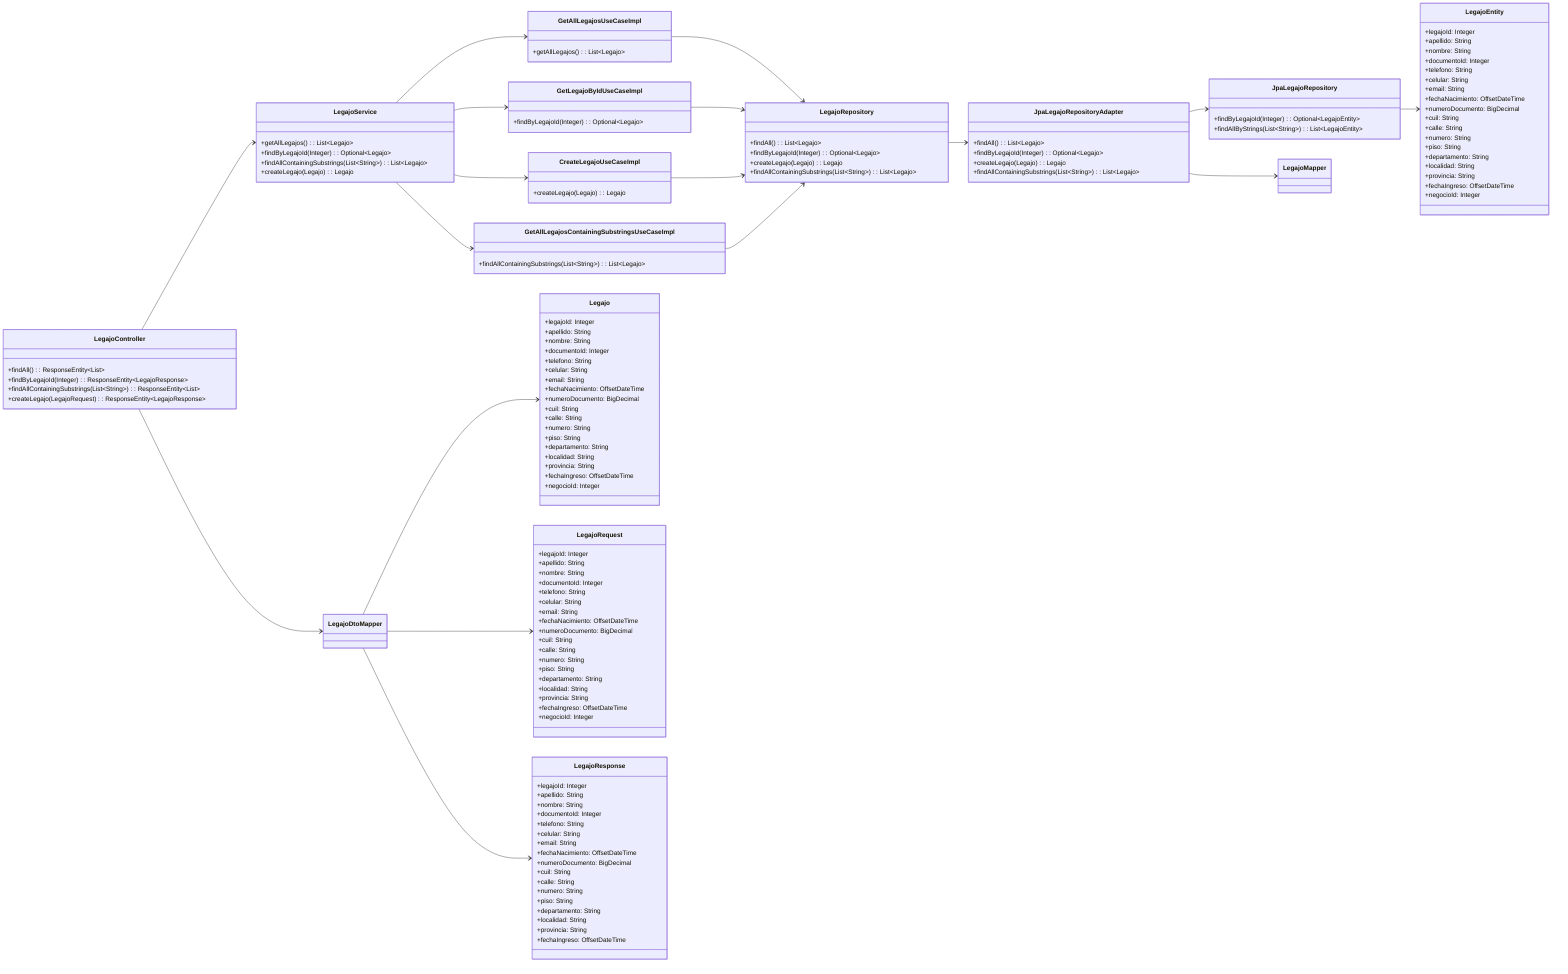
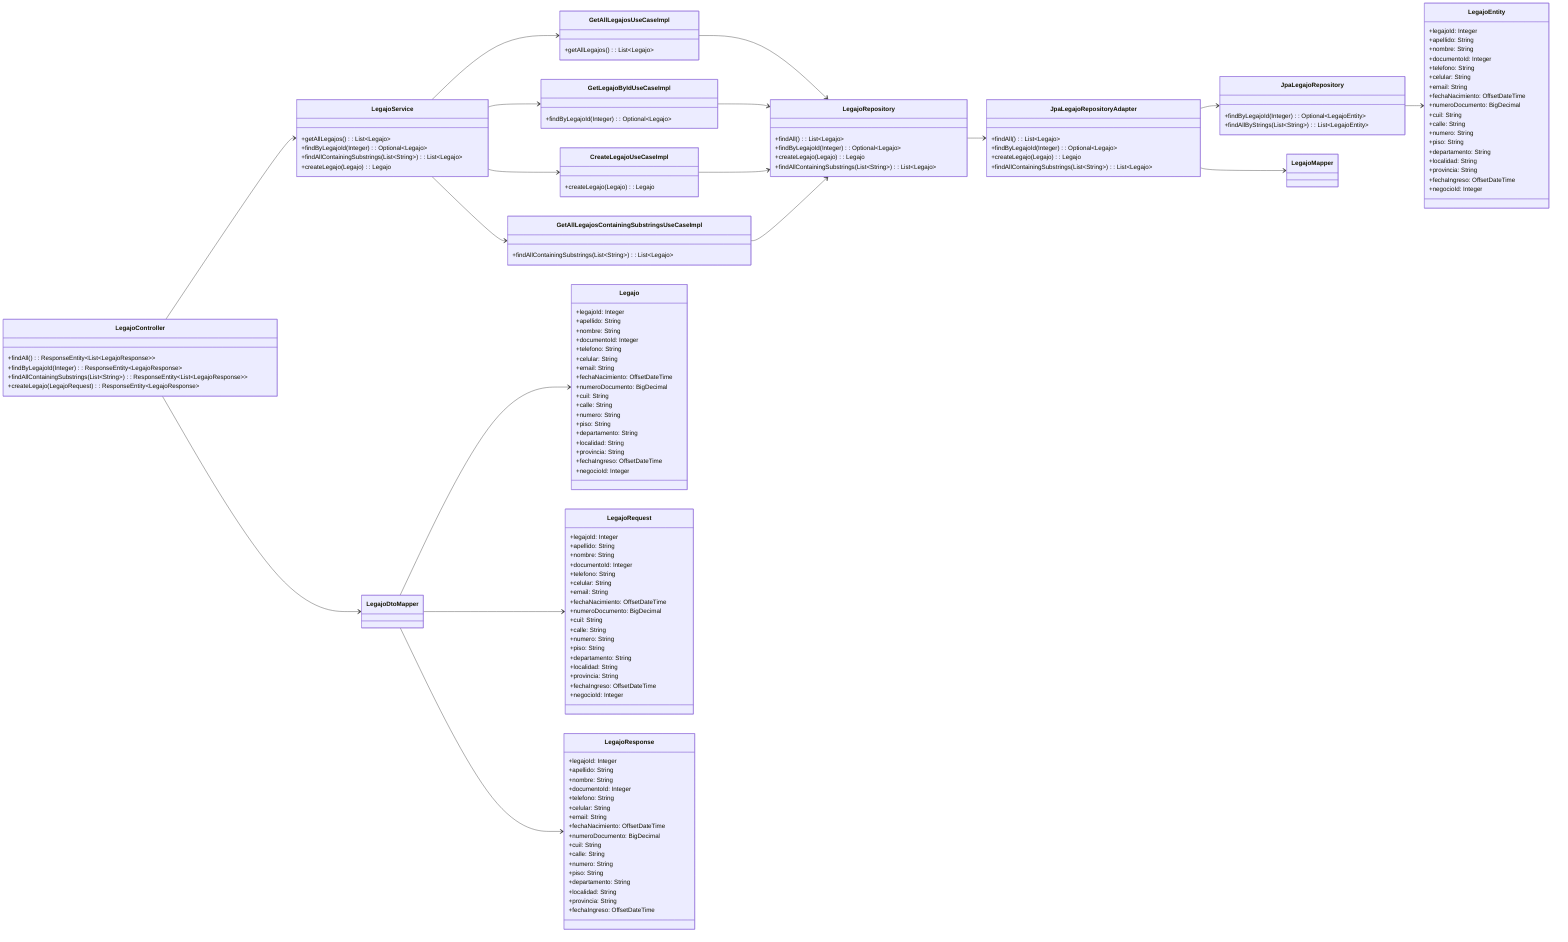
classDiagram
    direction LR

    class LegajoController {
-         +findAll(): ResponseEntity~List<LegajoResponse>~
+         +findAll(): ResponseEntity~List~LegajoResponse~~
        +findByLegajoId(Integer): ResponseEntity~LegajoResponse~
-         +findAllContainingSubstrings(List~String~): ResponseEntity~List<LegajoResponse>~
+         +findAllContainingSubstrings(List~String~): ResponseEntity~List~LegajoResponse~~
        +createLegajo(LegajoRequest): ResponseEntity~LegajoResponse~
    }

    class LegajoService {
        +getAllLegajos(): List~Legajo~
        +findByLegajoId(Integer): Optional~Legajo~
        +findAllContainingSubstrings(List~String~): List~Legajo~
        +createLegajo(Legajo): Legajo
    }

    class GetAllLegajosUseCaseImpl {
        +getAllLegajos(): List~Legajo~
    }

    class GetLegajoByIdUseCaseImpl {
        +findByLegajoId(Integer): Optional~Legajo~
    }

    class CreateLegajoUseCaseImpl {
        +createLegajo(Legajo): Legajo
    }

    class GetAllLegajosContainingSubstringsUseCaseImpl {
        +findAllContainingSubstrings(List~String~): List~Legajo~
    }

    class LegajoRepository {
        +findAll(): List~Legajo~
        +findByLegajoId(Integer): Optional~Legajo~
        +createLegajo(Legajo): Legajo
        +findAllContainingSubstrings(List~String~): List~Legajo~
    }

    class JpaLegajoRepositoryAdapter {
        +findAll(): List~Legajo~
        +findByLegajoId(Integer): Optional~Legajo~
        +createLegajo(Legajo): Legajo
        +findAllContainingSubstrings(List~String~): List~Legajo~
    }

    class JpaLegajoRepository {
        +findByLegajoId(Integer): Optional~LegajoEntity~
        +findAllByStrings(List~String~): List~LegajoEntity~
    }

    class Legajo {
        +legajoId: Integer
        +apellido: String
        +nombre: String
        +documentoId: Integer
        +telefono: String
        +celular: String
        +email: String
        +fechaNacimiento: OffsetDateTime
        +numeroDocumento: BigDecimal
        +cuil: String
        +calle: String
        +numero: String
        +piso: String
        +departamento: String
        +localidad: String
        +provincia: String
        +fechaIngreso: OffsetDateTime
        +negocioId: Integer
    }

    class LegajoEntity {
        +legajoId: Integer
        +apellido: String
        +nombre: String
        +documentoId: Integer
        +telefono: String
        +celular: String
        +email: String
        +fechaNacimiento: OffsetDateTime
        +numeroDocumento: BigDecimal
        +cuil: String
        +calle: String
        +numero: String
        +piso: String
        +departamento: String
        +localidad: String
        +provincia: String
        +fechaIngreso: OffsetDateTime
        +negocioId: Integer
    }

    class LegajoRequest {
        +legajoId: Integer
        +apellido: String
        +nombre: String
        +documentoId: Integer
        +telefono: String
        +celular: String
        +email: String
        +fechaNacimiento: OffsetDateTime
        +numeroDocumento: BigDecimal
        +cuil: String
        +calle: String
        +numero: String
        +piso: String
        +departamento: String
        +localidad: String
        +provincia: String
        +fechaIngreso: OffsetDateTime
        +negocioId: Integer
    }

    class LegajoResponse {
        +legajoId: Integer
        +apellido: String
        +nombre: String
        +documentoId: Integer
        +telefono: String
        +celular: String
        +email: String
        +fechaNacimiento: OffsetDateTime
        +numeroDocumento: BigDecimal
        +cuil: String
        +calle: String
        +numero: String
        +piso: String
        +departamento: String
        +localidad: String
        +provincia: String
        +fechaIngreso: OffsetDateTime
    }

    LegajoController --> LegajoService
    LegajoService --> GetAllLegajosUseCaseImpl
    LegajoService --> GetLegajoByIdUseCaseImpl
    LegajoService --> CreateLegajoUseCaseImpl
    LegajoService --> GetAllLegajosContainingSubstringsUseCaseImpl

    GetAllLegajosUseCaseImpl --> LegajoRepository
    GetLegajoByIdUseCaseImpl --> LegajoRepository
    CreateLegajoUseCaseImpl --> LegajoRepository
    GetAllLegajosContainingSubstringsUseCaseImpl --> LegajoRepository

    LegajoRepository --> JpaLegajoRepositoryAdapter
    JpaLegajoRepositoryAdapter --> JpaLegajoRepository
    JpaLegajoRepositoryAdapter --> LegajoMapper
    JpaLegajoRepository --> LegajoEntity

    LegajoController --> LegajoDtoMapper
    LegajoDtoMapper --> Legajo
    LegajoDtoMapper --> LegajoRequest
    LegajoDtoMapper --> LegajoResponse